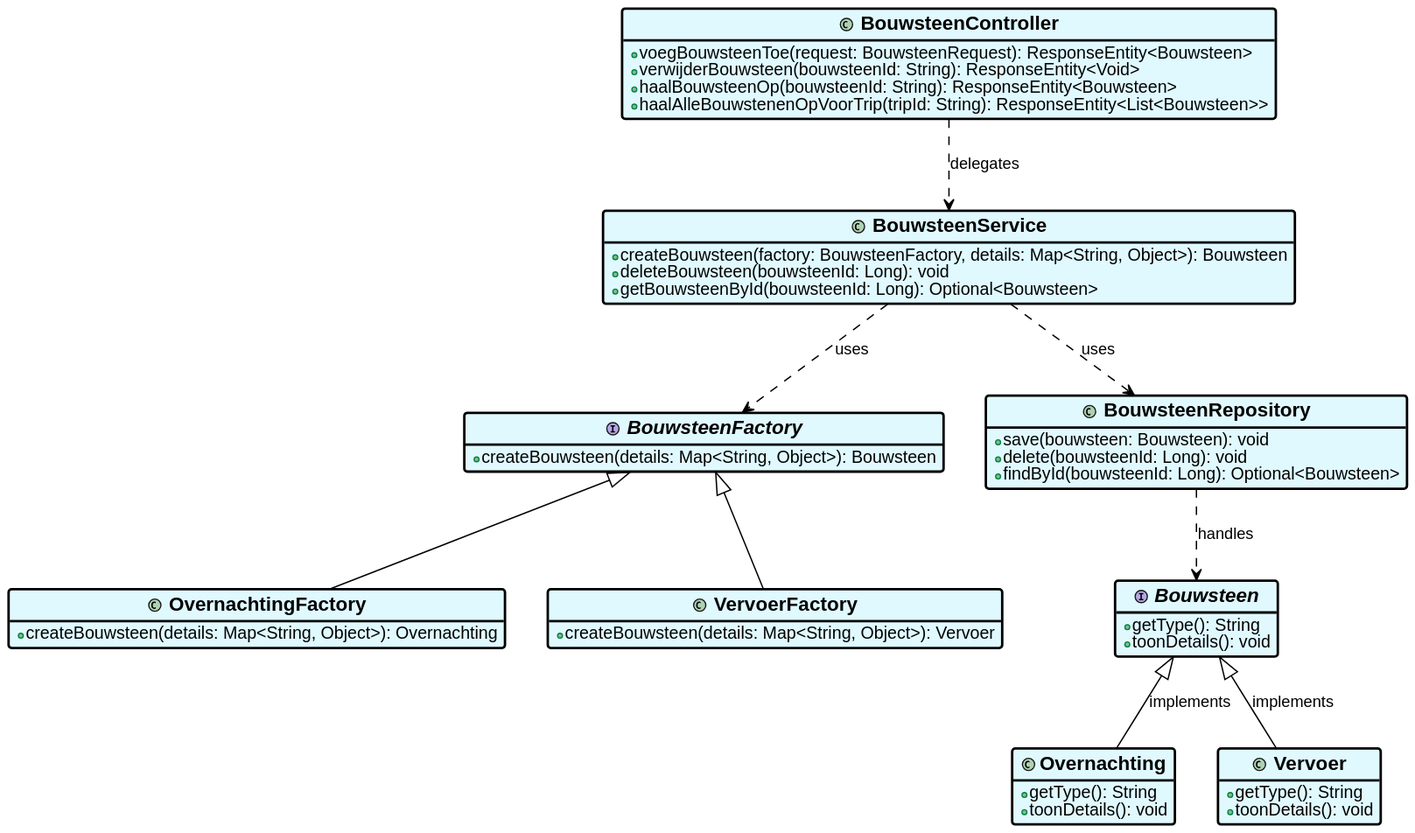
AIM-ENE-feb25/triptop-dravende-dikdiks keeps this PlantUML diagram as Bartu/Onderzoek/classDiagramOnderzoek-0.svg. Above is the earlier version.
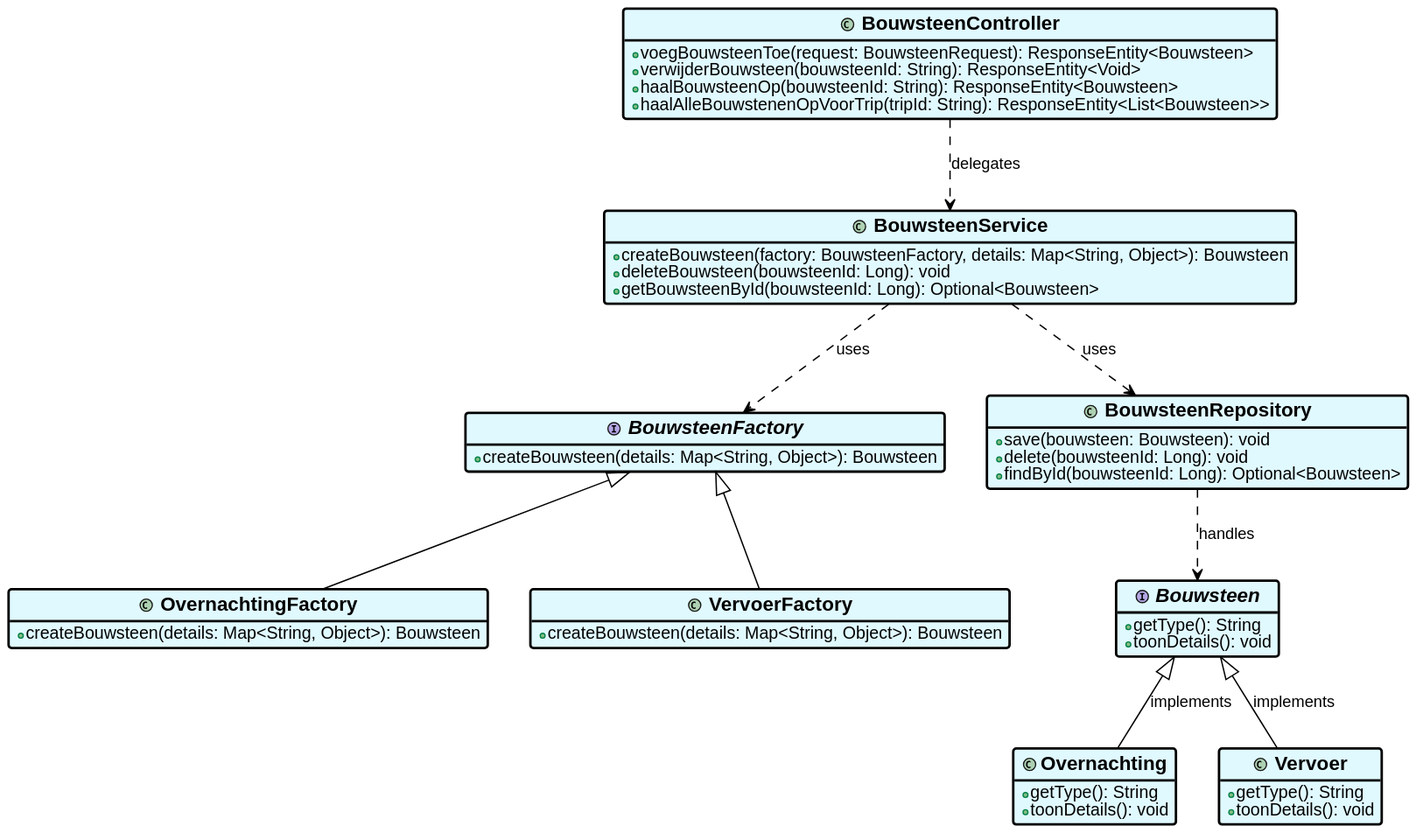
The same file after the commit.

The edit, as a diff of the source:
```diff
@@ -6,11 +6,11 @@
 }
 
 class OvernachtingFactory {
-    +createBouwsteen(details: Map<String, Object>): Overnachting
+    +createBouwsteen(details: Map<String, Object>): Bouwsteen
 }
 
 class VervoerFactory {
-    +createBouwsteen(details: Map<String, Object>): Vervoer
+    +createBouwsteen(details: Map<String, Object>): Bouwsteen
 }
 
 class BouwsteenController {
```
